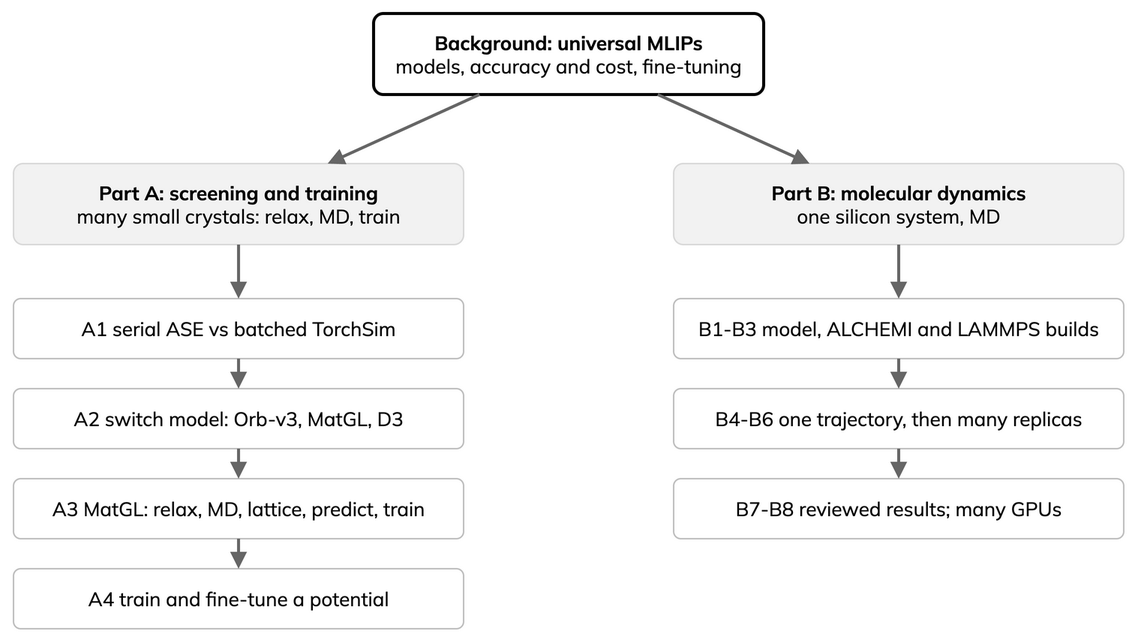
Before: _static/lesson-map.drawio.png, a diagram exported from draw.io (ENCCS/mlip-hands-on). Source tidied: cells renumbered, new cells last; positions are measured from the earlier drawing's top-left corner, leaving out a move shared by most shapes.
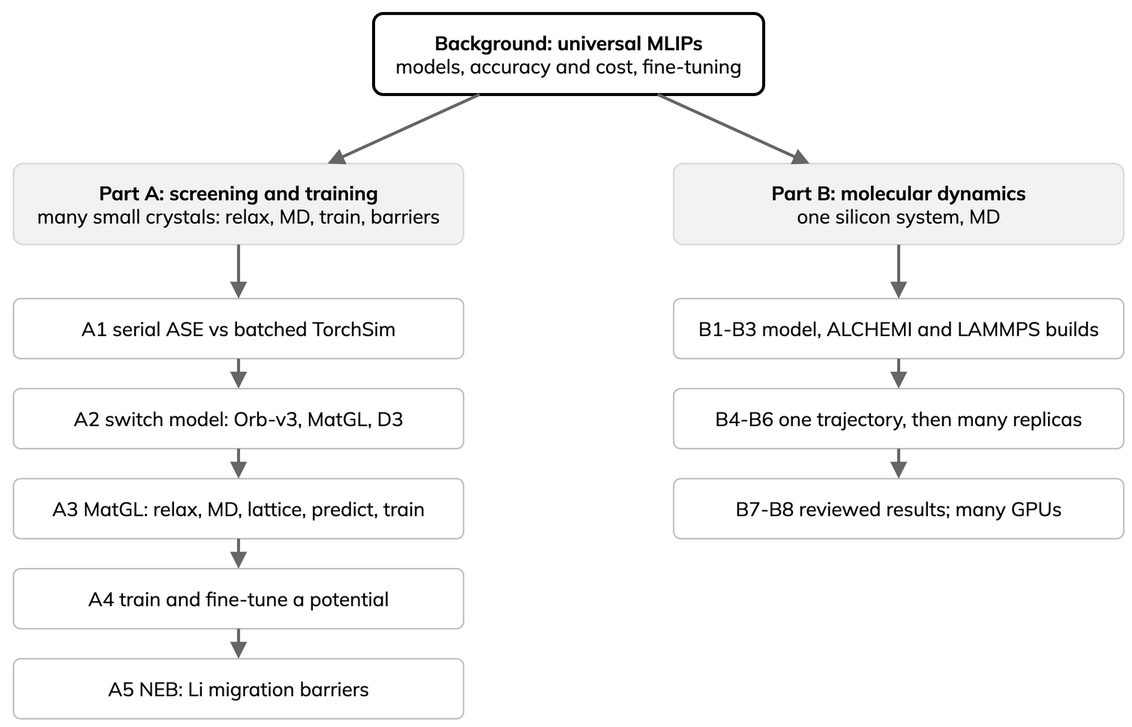
The same diagram one commit later.

Diff of the diagram source:
```diff
@@ -5,7 +5,7 @@
     <mxCell id="2" value="&lt;b&gt;Background: universal MLIPs&lt;/b&gt;&lt;br&gt;models, accuracy and cost, fine-tuning" style="rounded=1;arcSize=12;whiteSpace=wrap;html=1;fontFamily=Mulish;fontSize=13;strokeColor=#000000;strokeWidth=2;fillColor=#FFFFFF;" parent="1" vertex="1">
       <mxGeometry x="240" width="260" height="54" as="geometry" />
     </mxCell>
-    <mxCell id="3" value="&lt;b&gt;Part A: screening and training&lt;/b&gt;&lt;br&gt;many small crystals: relax, MD, train" style="rounded=1;arcSize=12;whiteSpace=wrap;html=1;fontFamily=Mulish;fontSize=13;strokeColor=#D9D9D9;fillColor=#F2F2F2;" parent="1" vertex="1">
+    <mxCell id="3" value="&lt;b&gt;Part A: screening and training&lt;/b&gt;&lt;br&gt;many small crystals: relax, MD, train, barriers" style="rounded=1;arcSize=12;whiteSpace=wrap;html=1;fontFamily=Mulish;fontSize=13;strokeColor=#D9D9D9;fillColor=#F2F2F2;" parent="1" vertex="1">
       <mxGeometry y="100" width="300" height="54" as="geometry" />
     </mxCell>
     <mxCell id="4" value="&lt;b&gt;Part B: molecular dynamics&lt;/b&gt;&lt;br&gt;one silicon system, MD" style="rounded=1;arcSize=12;whiteSpace=wrap;html=1;fontFamily=Mulish;fontSize=13;strokeColor=#D9D9D9;fillColor=#F2F2F2;" parent="1" vertex="1">
@@ -23,6 +23,9 @@
     <mxCell id="8" value="A4 train and fine-tune a potential" style="rounded=1;arcSize=12;whiteSpace=wrap;html=1;fontFamily=Mulish;fontSize=13;strokeColor=#BFBFBF;fillColor=#FFFFFF;" parent="1" vertex="1">
       <mxGeometry y="370" width="300" height="40" as="geometry" />
     </mxCell>
+    <mxCell id="21" value="A5 NEB: Li migration barriers" style="rounded=1;arcSize=12;whiteSpace=wrap;html=1;fontFamily=Mulish;fontSize=13;strokeColor=#BFBFBF;fillColor=#FFFFFF;" parent="1" vertex="1">
+      <mxGeometry y="430" width="300" height="40" as="geometry" />
+    </mxCell>
     <mxCell id="9" value="B1-B3 model, ALCHEMI and LAMMPS builds" style="rounded=1;arcSize=12;whiteSpace=wrap;html=1;fontFamily=Mulish;fontSize=13;strokeColor=#BFBFBF;fillColor=#FFFFFF;" parent="1" vertex="1">
       <mxGeometry x="440" y="190" width="300" height="40" as="geometry" />
     </mxCell>
@@ -50,6 +53,9 @@
     <mxCell id="17" style="endArrow=block;endFill=1;strokeColor=#666666;strokeWidth=2;html=1;fontFamily=Mulish;fontSize=12;" parent="1" edge="1" source="7" target="8">
       <mxGeometry relative="1" as="geometry" />
     </mxCell>
+    <mxCell id="22" style="endArrow=block;endFill=1;strokeColor=#666666;strokeWidth=2;html=1;fontFamily=Mulish;fontSize=12;" parent="1" edge="1" source="8" target="21">
+      <mxGeometry relative="1" as="geometry" />
+    </mxCell>
     <mxCell id="18" style="endArrow=block;endFill=1;strokeColor=#666666;strokeWidth=2;html=1;fontFamily=Mulish;fontSize=12;" parent="1" edge="1" source="4" target="9">
       <mxGeometry relative="1" as="geometry" />
     </mxCell>
```
